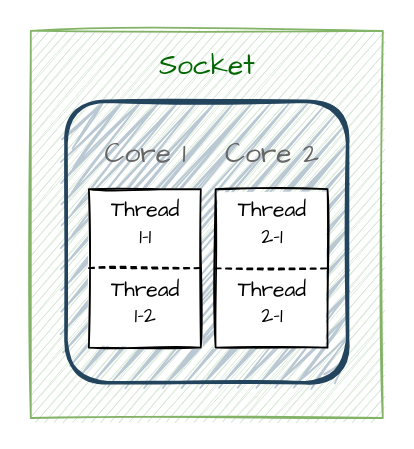
This is CPUrelation.drawio from headisnotsmall/draw.io, a draw.io file, before an edit. Source tidied: cells renumbered, new cells numbered last; positions are measured from the earlier drawing's top-left corner, leaving out a move shared by most shapes. Both pictures are drawn from the tidied source at 176%, with x=0, y=0 at pixel (30, 30).
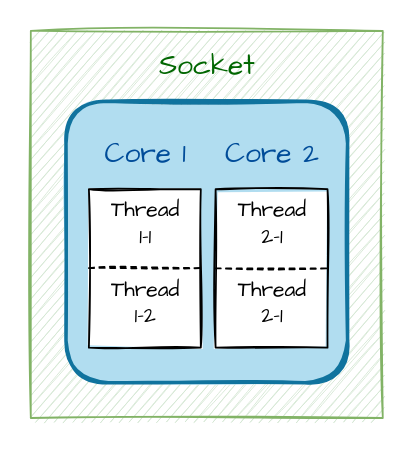
Above is the later version.

The edit, as a diff of the source:
```diff
@@
 <mxGraphModel>
   <root>
     <mxCell id="0" />
     <mxCell id="1" parent="0" />
     <mxCell id="2" style="rounded=0;whiteSpace=wrap;html=1;shadow=0;glass=0;sketch=1;fillColor=#d5e8d4;strokeColor=#82b366;" parent="1" vertex="1">
       <mxGeometry width="200" height="220" as="geometry" />
     </mxCell>
     <mxCell id="3" value="&lt;font style=&quot;font-size: 16px&quot; color=&quot;#006600&quot;&gt;Socket&lt;/font&gt;" style="text;html=1;align=center;verticalAlign=middle;fontFamily=Comic Sans MS;" parent="1" vertex="1">
       <mxGeometry x="65" y="10" width="70" height="20" as="geometry" />
     </mxCell>
-    <mxCell id="4" style="rounded=1;whiteSpace=wrap;html=1;shadow=0;glass=0;sketch=1;fillColor=#bac8d3;strokeWidth=2;perimeterSpacing=0;fillStyle=zigzag;strokeColor=#23445d;" parent="1" vertex="1">
+    <mxCell id="4" style="rounded=1;whiteSpace=wrap;html=1;shadow=0;glass=0;sketch=1;fillColor=#b1ddf0;strokeWidth=2;perimeterSpacing=0;fillStyle=solid;strokeColor=#10739e;" parent="1" vertex="1">
       <mxGeometry x="20" y="40" width="160" height="160" as="geometry" />
     </mxCell>
-    <mxCell id="5" value="Core 1" style="text;html=1;align=center;verticalAlign=middle;fontFamily=Comic Sans MS;fontSize=16;fontColor=#666666;" parent="1" vertex="1">
+    <mxCell id="5" value="Core 1" style="text;html=1;align=center;verticalAlign=middle;fontFamily=Comic Sans MS;fontSize=16;fontColor=#004C99;" parent="1" vertex="1">
       <mxGeometry x="34.8" y="60" width="60" height="20" as="geometry" />
     </mxCell>
     <mxCell id="6" style="rounded=0;whiteSpace=wrap;html=1;shadow=0;glass=0;sketch=1;" parent="1" vertex="1">
       <mxGeometry x="33" y="90" width="63.6" height="90" as="geometry" />
     </mxCell>
     <mxCell id="7" style="rounded=0;whiteSpace=wrap;html=1;shadow=0;glass=0;sketch=1;" parent="1" vertex="1">
       <mxGeometry x="105" y="90" width="63.6" height="90" as="geometry" />
     </mxCell>
     <mxCell id="8" style="endArrow=none;dashed=1;html=1;fontFamily=Comic Sans MS;fontSize=16;fontColor=#666666;entryX=1;entryY=0.5;entryDx=0;entryDy=0;exitX=0;exitY=0.5;exitDx=0;exitDy=0;sketch=1;" parent="1" edge="1" source="7" target="7">
       <mxGeometry relative="1" as="geometry" />
     </mxCell>
     <mxCell id="9" style="endArrow=none;dashed=1;html=1;fontFamily=Comic Sans MS;fontSize=16;fontColor=#666666;entryX=1;entryY=0.5;entryDx=0;entryDy=0;exitX=0;exitY=0.5;exitDx=0;exitDy=0;sketch=1;" parent="1" edge="1">
       <mxGeometry relative="1" as="geometry">
         <mxPoint x="33" y="134.8" as="sourcePoint" />
         <mxPoint x="96.6" y="134.8" as="targetPoint" />
       </mxGeometry>
     </mxCell>
     <mxCell id="10" value="&lt;div style=&quot;font-size: 12px;&quot;&gt;Thread&lt;/div&gt;&lt;div style=&quot;font-size: 12px;&quot;&gt;1-1&lt;br style=&quot;font-size: 12px;&quot;&gt;&lt;/div&gt;" style="text;html=1;align=center;verticalAlign=middle;fontFamily=Comic Sans MS;fontSize=12;" parent="1" vertex="1">
       <mxGeometry x="34.8" y="95" width="60" height="30" as="geometry" />
     </mxCell>
-    <mxCell id="11" value="Core 2" style="text;html=1;align=center;verticalAlign=middle;fontFamily=Comic Sans MS;fontSize=16;fontColor=#666666;" parent="1" vertex="1">
+    <mxCell id="11" value="Core 2" style="text;html=1;align=center;verticalAlign=middle;fontFamily=Comic Sans MS;fontSize=16;fontColor=#004C99;" parent="1" vertex="1">
       <mxGeometry x="106.8" y="60" width="60" height="20" as="geometry" />
     </mxCell>
     <mxCell id="12" value="&lt;div style=&quot;font-size: 12px&quot;&gt;Thread&lt;/div&gt;&lt;div style=&quot;font-size: 12px&quot;&gt;2-1&lt;br style=&quot;font-size: 12px&quot;&gt;&lt;/div&gt;" style="text;html=1;align=center;verticalAlign=middle;fontFamily=Comic Sans MS;fontSize=12;" parent="1" vertex="1">
       <mxGeometry x="106.8" y="95" width="60" height="30" as="geometry" />
     </mxCell>
     <mxCell id="13" value="&lt;div style=&quot;font-size: 12px&quot;&gt;Thread&lt;/div&gt;&lt;div style=&quot;font-size: 12px&quot;&gt;2-1&lt;br style=&quot;font-size: 12px&quot;&gt;&lt;/div&gt;" style="text;html=1;align=center;verticalAlign=middle;fontFamily=Comic Sans MS;fontSize=12;" parent="1" vertex="1">
       <mxGeometry x="106.8" y="140" width="60" height="30" as="geometry" />
     </mxCell>
     <mxCell id="14" value="&lt;div style=&quot;font-size: 12px&quot;&gt;Thread&lt;/div&gt;&lt;div style=&quot;font-size: 12px&quot;&gt;1-2&lt;br style=&quot;font-size: 12px&quot;&gt;&lt;/div&gt;" style="text;html=1;align=center;verticalAlign=middle;fontFamily=Comic Sans MS;fontSize=12;" parent="1" vertex="1">
       <mxGeometry x="34.8" y="140" width="60" height="30" as="geometry" />
     </mxCell>
   </root>
 </mxGraphModel>
```
